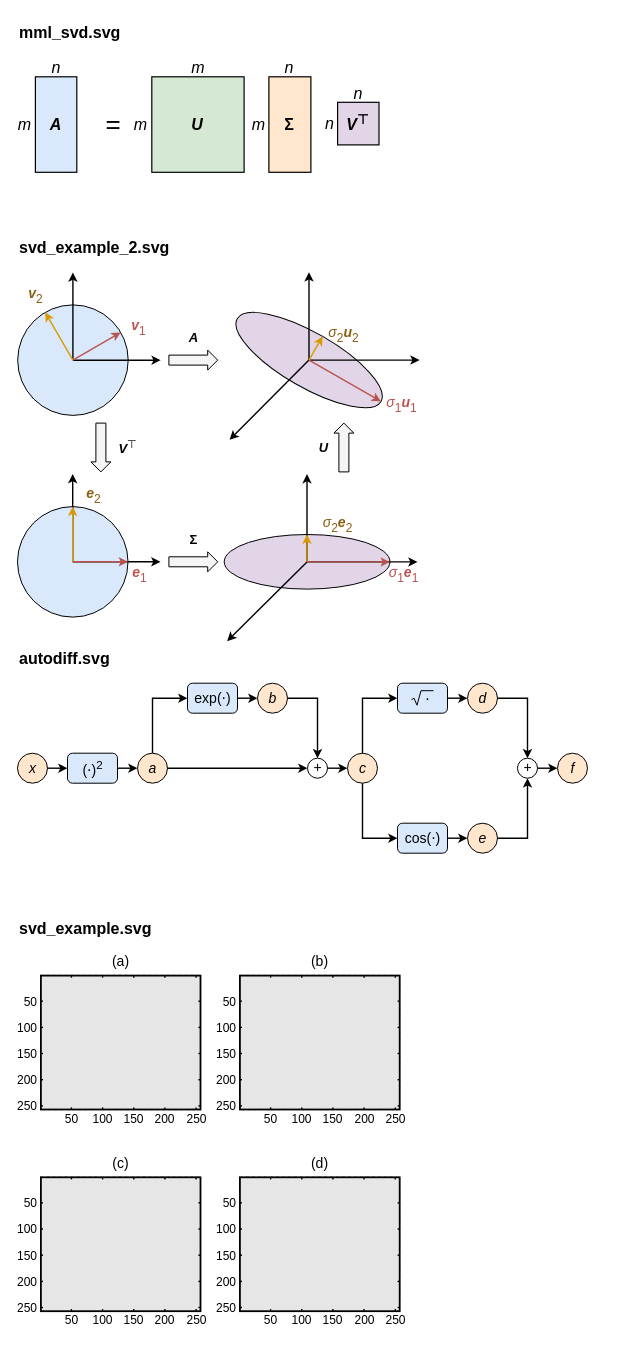
The draw.io diagram assets/algebra-for-ml/algebra-for-ml.drawio in brunomaga/brunomaga.github.io, before the edit. Source tidied: cells renumbered, new cells numbered last; positions are measured from the earlier drawing's top-left corner, leaving out a move shared by most shapes. Both pictures are drawn from the tidied source at 100%, with x=0, y=0 at pixel (17, 17). Pictures stored in the file or linked from it are replaced by grey dashed boxes.
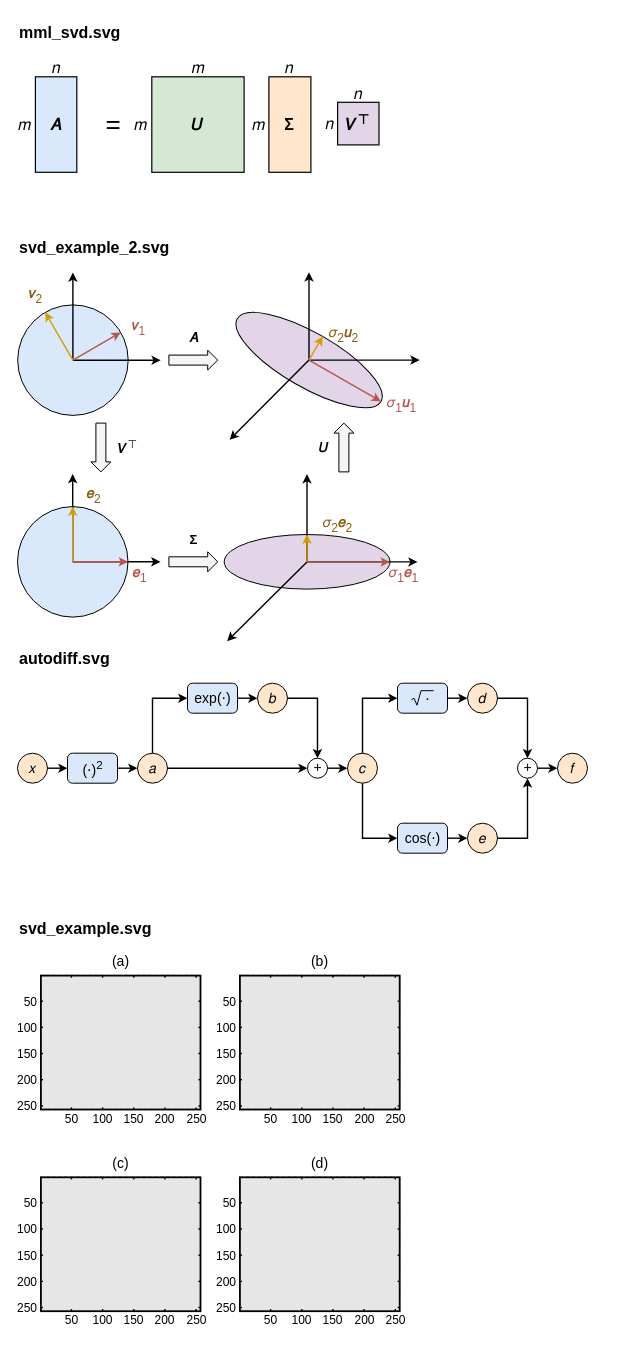
After the change.

The change refers to these unchanged cells:
```xml
<mxCell id="3" style="group;fontFamily=Source Sans 3;" parent="1" vertex="1">
  <mxGeometry y="40" width="361.5" height="114.8" as="geometry" />
</mxCell>
<mxCell id="18" style="group;fontFamily=Source Sans 3;" parent="1" vertex="1">
  <mxGeometry y="254.8" width="402.3" height="368.9" as="geometry" />
</mxCell>
<mxCell id="58" style="group;fontFamily=Source Sans 3;" parent="1" vertex="1">
  <mxGeometry y="665.7" width="570" height="170" as="geometry" />
</mxCell>
```

The edit, as a diff of the source:
```diff
@@
-    <mxCell id="4" value="&lt;i&gt;A&lt;/i&gt;" style="rounded=0;whiteSpace=wrap;html=1;fillColor=#dae8fc;fontSize=16;fontStyle=1;strokeColor=#000000;strokeWidth=1.2;fontFamily=NewComputerModernSansMath;fontColor=#000000;" parent="3" vertex="1">
+    <mxCell id="4" value="𝐴" style="rounded=0;whiteSpace=wrap;html=1;fillColor=#dae8fc;fontSize=16;fontStyle=1;strokeColor=#000000;strokeWidth=1.2;fontFamily=NewComputerModernSansMath;fontColor=#000000;" parent="3" vertex="1">
       <mxGeometry x="17.9" y="19.3" width="41.4" height="95.5" as="geometry" />
     </mxCell>
-    <mxCell id="5" value="n" style="text;html=1;whiteSpace=wrap;align=center;verticalAlign=middle;fontSize=16;fontStyle=2;fontFamily=NewComputerModernSansMath;fontColor=#000000;" parent="3" vertex="1">
+    <mxCell id="5" value="𝑛" style="text;html=1;whiteSpace=wrap;align=center;verticalAlign=middle;fontSize=16;fontStyle=0;fontFamily=NewComputerModernSansMath;fontColor=#000000;" parent="3" vertex="1">
       <mxGeometry x="31.5" width="14" height="20.8" as="geometry" />
     </mxCell>
-    <mxCell id="6" value="m" style="text;html=1;whiteSpace=nowrap;align=center;verticalAlign=middle;fontSize=16;fontStyle=2;fontFamily=NewComputerModernSansMath;fontColor=#000000;spacing=0;" parent="3" vertex="1">
+    <mxCell id="6" value="𝑚" style="text;html=1;whiteSpace=nowrap;align=center;verticalAlign=middle;fontSize=16;fontStyle=0;fontFamily=NewComputerModernSansMath;fontColor=#000000;spacing=0;" parent="3" vertex="1">
       <mxGeometry x="0.7" y="57" width="12.7" height="20" as="geometry" />
     </mxCell>
-    <mxCell id="7" value="&lt;i&gt;U&lt;/i&gt;" style="rounded=0;whiteSpace=wrap;html=1;fillColor=#d5e8d4;fontSize=16;fontStyle=1;strokeColor=#000000;strokeWidth=1.2;fontFamily=NewComputerModernSansMath;fontColor=#000000;" parent="3" vertex="1">
+    <mxCell id="7" value="𝑈" style="rounded=0;whiteSpace=wrap;html=1;fillColor=#d5e8d4;fontSize=16;fontStyle=1;strokeColor=#000000;strokeWidth=1.2;fontFamily=NewComputerModernSansMath;fontColor=#000000;" parent="3" vertex="1">
       <mxGeometry x="134.3" y="19.3" width="92.3" height="95.5" as="geometry" />
     </mxCell>
-    <mxCell id="8" value="m" style="text;html=1;whiteSpace=wrap;align=center;verticalAlign=middle;fontSize=16;fontStyle=2;fontFamily=NewComputerModernSansMath;fontColor=#000000;" parent="3" vertex="1">
+    <mxCell id="8" value="𝑚" style="text;html=1;whiteSpace=wrap;align=center;verticalAlign=middle;fontSize=16;fontStyle=0;fontFamily=NewComputerModernSansMath;fontColor=#000000;" parent="3" vertex="1">
       <mxGeometry x="171.5" width="17.9" height="20.8" as="geometry" />
     </mxCell>
-    <mxCell id="9" value="m" style="text;html=1;whiteSpace=nowrap;align=center;verticalAlign=middle;fontSize=16;fontStyle=2;fontFamily=NewComputerModernSansMath;fontColor=#000000;spacing=0;" parent="3" vertex="1">
+    <mxCell id="9" value="𝑚" style="text;html=1;whiteSpace=nowrap;align=center;verticalAlign=middle;fontSize=16;fontStyle=0;fontFamily=NewComputerModernSansMath;fontColor=#000000;spacing=0;" parent="3" vertex="1">
       <mxGeometry x="117.1" y="57" width="12.7" height="20" as="geometry" />
     </mxCell>
@@
-    <mxCell id="11" value="n" style="text;html=1;whiteSpace=wrap;align=center;verticalAlign=middle;fontSize=16;fontStyle=2;fontFamily=NewComputerModernSansMath;fontColor=#000000;" parent="3" vertex="1">
+    <mxCell id="11" value="𝑛" style="text;html=1;whiteSpace=wrap;align=center;verticalAlign=middle;fontSize=16;fontStyle=0;fontFamily=NewComputerModernSansMath;fontColor=#000000;" parent="3" vertex="1">
       <mxGeometry x="265.4" width="14" height="20.8" as="geometry" />
     </mxCell>
-    <mxCell id="12" value="m" style="text;html=1;whiteSpace=nowrap;align=center;verticalAlign=middle;fontSize=16;fontStyle=2;fontFamily=NewComputerModernSansMath;fontColor=#000000;spacing=0;" parent="3" vertex="1">
+    <mxCell id="12" value="𝑚" style="text;html=1;whiteSpace=nowrap;align=center;verticalAlign=middle;fontSize=16;fontStyle=0;fontFamily=NewComputerModernSansMath;fontColor=#000000;spacing=0;" parent="3" vertex="1">
       <mxGeometry x="234.2" y="57" width="12.7" height="20" as="geometry" />
     </mxCell>
-    <mxCell id="13" value="&lt;i&gt;V&lt;/i&gt;&lt;sup&gt;⊤&lt;/sup&gt;" style="rounded=0;whiteSpace=wrap;html=1;fillColor=#e1d5e7;fontSize=16;fontStyle=1;strokeColor=#000000;strokeWidth=1.2;fontFamily=NewComputerModernSansMath;fontColor=#000000;" parent="3" vertex="1">
+    <mxCell id="13" value="𝑉 &lt;sup&gt;⊤&lt;/sup&gt;" style="rounded=0;whiteSpace=wrap;html=1;fillColor=#e1d5e7;fontSize=16;fontStyle=1;strokeColor=#000000;strokeWidth=1.2;fontFamily=NewComputerModernSansMath;fontColor=#000000;" parent="3" vertex="1">
       <mxGeometry x="320.1" y="44.8" width="41.4" height="42.6" as="geometry" />
     </mxCell>
-    <mxCell id="14" value="n" style="text;html=1;whiteSpace=wrap;align=center;verticalAlign=middle;fontSize=16;fontStyle=2;fontFamily=NewComputerModernSansMath;fontColor=#000000;" parent="3" vertex="1">
+    <mxCell id="14" value="𝑛" style="text;html=1;whiteSpace=wrap;align=center;verticalAlign=middle;fontSize=16;fontStyle=0;fontFamily=NewComputerModernSansMath;fontColor=#000000;" parent="3" vertex="1">
       <mxGeometry x="333.8" y="25.4" width="14" height="20.8" as="geometry" />
     </mxCell>
-    <mxCell id="15" value="n" style="text;html=1;whiteSpace=nowrap;align=center;verticalAlign=middle;fontSize=16;fontStyle=2;fontFamily=NewComputerModernSansMath;fontColor=#000000;spacing=0;" parent="3" vertex="1">
+    <mxCell id="15" value="𝑛" style="text;html=1;whiteSpace=nowrap;align=center;verticalAlign=middle;fontSize=16;fontStyle=0;fontFamily=NewComputerModernSansMath;fontColor=#000000;spacing=0;" parent="3" vertex="1">
       <mxGeometry x="307.4" y="56.1" width="8.3" height="20" as="geometry" />
     </mxCell>
@@
-    <mxCell id="41" value="&lt;b&gt;&lt;i&gt;v&lt;/i&gt;&lt;/b&gt;&lt;span style=&quot;font-size: 12px;vertical-align:-5px;&quot;&gt;1&lt;/span&gt;" style="text;html=1;whiteSpace=nowrap;align=center;verticalAlign=middle;fontSize=14;spacing=0;fontColor=#b85450;fontStyle=0;fontFamily=NewComputerModernSansMath;" parent="18" vertex="1">
+    <mxCell id="41" value="&lt;b&gt;𝑣&lt;/b&gt;&lt;span style=&quot;font-size: 12px;vertical-align:-5px;&quot;&gt;1&lt;/span&gt;" style="text;html=1;whiteSpace=nowrap;align=center;verticalAlign=middle;fontSize=14;spacing=0;fontColor=#b85450;fontStyle=0;fontFamily=NewComputerModernSansMath;" parent="18" vertex="1">
       <mxGeometry x="112.6" y="45.2" width="17" height="19.2" as="geometry" />
     </mxCell>
-    <mxCell id="42" value="&lt;b&gt;&lt;i&gt;v&lt;/i&gt;&lt;/b&gt;&lt;span style=&quot;font-size: 12px;vertical-align:-5px;&quot;&gt;2&lt;/span&gt;" style="text;html=1;whiteSpace=nowrap;align=center;verticalAlign=middle;fontSize=14;spacing=0;fontColor=#885e10;fontStyle=0;fontFamily=NewComputerModernSansMath;" parent="18" vertex="1">
+    <mxCell id="42" value="&lt;b&gt;𝑣&lt;/b&gt;&lt;span style=&quot;font-size: 12px;vertical-align:-5px;&quot;&gt;2&lt;/span&gt;" style="text;html=1;whiteSpace=nowrap;align=center;verticalAlign=middle;fontSize=14;spacing=0;fontColor=#885e10;fontStyle=0;fontFamily=NewComputerModernSansMath;" parent="18" vertex="1">
       <mxGeometry x="9.2" y="13.1" width="17" height="19.2" as="geometry" />
     </mxCell>
-    <mxCell id="43" value="&lt;i&gt;σ&lt;/i&gt;&lt;span style=&quot;font-size: 12px;vertical-align:-5px;&quot;&gt;1&lt;/span&gt;&lt;b&gt;&lt;i&gt;u&lt;/i&gt;&lt;/b&gt;&lt;span style=&quot;font-size: 12px;vertical-align:-5px;&quot;&gt;1&lt;/span&gt;" style="text;html=1;whiteSpace=nowrap;align=center;verticalAlign=middle;fontSize=14;spacing=0;fontColor=#b85450;fontStyle=0;fontFamily=NewComputerModernSansMath;" parent="18" vertex="1">
+    <mxCell id="43" value="𝜎&lt;span style=&quot;font-size: 12px;vertical-align:-5px;&quot;&gt;1&lt;/span&gt;&lt;b&gt;𝑢&lt;/b&gt;&lt;span style=&quot;font-size: 12px;vertical-align:-5px;&quot;&gt;1&lt;/span&gt;" style="text;html=1;whiteSpace=nowrap;align=center;verticalAlign=middle;fontSize=14;spacing=0;fontColor=#b85450;fontStyle=0;fontFamily=NewComputerModernSansMath;" parent="18" vertex="1">
       <mxGeometry x="366.7" y="122.4" width="33.6" height="19.2" as="geometry" />
     </mxCell>
-    <mxCell id="44" value="&lt;i&gt;σ&lt;/i&gt;&lt;span style=&quot;font-size: 12px;vertical-align:-5px;&quot;&gt;2&lt;/span&gt;&lt;b&gt;&lt;i&gt;u&lt;/i&gt;&lt;/b&gt;&lt;span style=&quot;font-size: 12px;vertical-align:-5px;&quot;&gt;2&lt;/span&gt;" style="text;html=1;whiteSpace=nowrap;align=center;verticalAlign=middle;fontSize=14;spacing=0;fontColor=#885e10;fontStyle=0;fontFamily=NewComputerModernSansMath;" parent="18" vertex="1">
+    <mxCell id="44" value="𝜎&lt;span style=&quot;font-size: 12px;vertical-align:-5px;&quot;&gt;2&lt;/span&gt;&lt;b&gt;𝑢&lt;/b&gt;&lt;span style=&quot;font-size: 12px;vertical-align:-5px;&quot;&gt;2&lt;/span&gt;" style="text;html=1;whiteSpace=nowrap;align=center;verticalAlign=middle;fontSize=14;spacing=0;fontColor=#885e10;fontStyle=0;fontFamily=NewComputerModernSansMath;" parent="18" vertex="1">
       <mxGeometry x="309.1" y="52.5" width="33.6" height="19.2" as="geometry" />
     </mxCell>
-    <mxCell id="45" value="&lt;b&gt;&lt;i&gt;e&lt;/i&gt;&lt;/b&gt;&lt;span style=&quot;font-size: 12px;vertical-align:-5px;&quot;&gt;1&lt;/span&gt;" style="text;html=1;whiteSpace=nowrap;align=center;verticalAlign=middle;fontSize=14;spacing=0;fontColor=#b85450;fontStyle=0;fontFamily=NewComputerModernSansMath;" parent="18" vertex="1">
+    <mxCell id="45" value="&lt;b&gt;𝑒&lt;/b&gt;&lt;span style=&quot;font-size: 12px;vertical-align:-5px;&quot;&gt;1&lt;/span&gt;" style="text;html=1;whiteSpace=nowrap;align=center;verticalAlign=middle;fontSize=14;spacing=0;fontColor=#b85450;fontStyle=0;fontFamily=NewComputerModernSansMath;" parent="18" vertex="1">
       <mxGeometry x="113.7" y="293" width="16.1" height="19.2" as="geometry" />
     </mxCell>
-    <mxCell id="46" value="&lt;b&gt;&lt;i&gt;e&lt;/i&gt;&lt;/b&gt;&lt;span style=&quot;font-size: 12px;vertical-align:-5px;&quot;&gt;2&lt;/span&gt;" style="text;html=1;whiteSpace=nowrap;align=center;verticalAlign=middle;fontSize=14;spacing=0;fontColor=#885e10;fontStyle=0;fontFamily=NewComputerModernSansMath;" parent="18" vertex="1">
+    <mxCell id="46" value="&lt;b&gt;𝑒&lt;/b&gt;&lt;span style=&quot;font-size: 12px;vertical-align:-5px;&quot;&gt;2&lt;/span&gt;" style="text;html=1;whiteSpace=nowrap;align=center;verticalAlign=middle;fontSize=14;spacing=0;fontColor=#885e10;fontStyle=0;fontFamily=NewComputerModernSansMath;" parent="18" vertex="1">
       <mxGeometry x="67.5" y="213.1" width="16.1" height="19.2" as="geometry" />
     </mxCell>
-    <mxCell id="47" value="&lt;i&gt;σ&lt;/i&gt;&lt;span style=&quot;font-size: 12px;vertical-align:-5px;&quot;&gt;1&lt;/span&gt;&lt;b&gt;&lt;i&gt;e&lt;/i&gt;&lt;/b&gt;&lt;span style=&quot;font-size: 12px;vertical-align:-5px;&quot;&gt;1&lt;/span&gt;" style="text;html=1;whiteSpace=nowrap;align=center;verticalAlign=middle;fontSize=14;spacing=0;fontColor=#b85450;fontStyle=0;fontFamily=NewComputerModernSansMath;" parent="18" vertex="1">
+    <mxCell id="47" value="𝜎&lt;span style=&quot;font-size: 12px;vertical-align:-5px;&quot;&gt;1&lt;/span&gt;&lt;b&gt;𝑒&lt;/b&gt;&lt;span style=&quot;font-size: 12px;vertical-align:-5px;&quot;&gt;1&lt;/span&gt;" style="text;html=1;whiteSpace=nowrap;align=center;verticalAlign=middle;fontSize=14;spacing=0;fontColor=#b85450;fontStyle=0;fontFamily=NewComputerModernSansMath;" parent="18" vertex="1">
       <mxGeometry x="369.6" y="293" width="32.7" height="19.2" as="geometry" />
     </mxCell>
-    <mxCell id="48" value="&lt;i&gt;σ&lt;/i&gt;&lt;span style=&quot;font-size: 12px;vertical-align:-5px;&quot;&gt;2&lt;/span&gt;&lt;b&gt;&lt;i&gt;e&lt;/i&gt;&lt;/b&gt;&lt;span style=&quot;font-size: 12px;vertical-align:-5px;&quot;&gt;2&lt;/span&gt;" style="text;html=1;whiteSpace=nowrap;align=center;verticalAlign=middle;fontSize=14;spacing=0;fontColor=#885e10;fontStyle=0;fontFamily=NewComputerModernSansMath;" parent="18" vertex="1">
+    <mxCell id="48" value="𝜎&lt;span style=&quot;font-size: 12px;vertical-align:-5px;&quot;&gt;2&lt;/span&gt;&lt;b&gt;𝑒&lt;/b&gt;&lt;span style=&quot;font-size: 12px;vertical-align:-5px;&quot;&gt;2&lt;/span&gt;" style="text;html=1;whiteSpace=nowrap;align=center;verticalAlign=middle;fontSize=14;spacing=0;fontColor=#885e10;fontStyle=0;fontFamily=NewComputerModernSansMath;" parent="18" vertex="1">
       <mxGeometry x="303.9" y="242.5" width="32.7" height="19.2" as="geometry" />
     </mxCell>
-    <mxCell id="49" value="&lt;b&gt;&lt;i&gt;A&lt;/i&gt;&lt;/b&gt;" style="text;html=1;whiteSpace=nowrap;align=center;verticalAlign=middle;fontSize=13;spacing=0;fontStyle=0;fontFamily=NewComputerModernSansMath;fontColor=#000000;" parent="18" vertex="1">
+    <mxCell id="49" value="&lt;b&gt;𝐴&lt;/b&gt;" style="text;html=1;whiteSpace=nowrap;align=center;verticalAlign=middle;fontSize=13;spacing=0;fontStyle=0;fontFamily=NewComputerModernSansMath;fontColor=#000000;" parent="18" vertex="1">
       <mxGeometry x="169.5" y="55.6" width="12.6" height="19.2" as="geometry" />
     </mxCell>
@@
-    <mxCell id="51" value="&lt;b&gt;&lt;i&gt;U&lt;/i&gt;&lt;/b&gt;" style="text;html=1;whiteSpace=nowrap;align=center;verticalAlign=middle;fontSize=13;spacing=0;fontStyle=0;fontFamily=NewComputerModernSansMath;fontColor=#000000;" parent="18" vertex="1">
+    <mxCell id="51" value="&lt;b&gt;𝑈&lt;/b&gt;" style="text;html=1;whiteSpace=nowrap;align=center;verticalAlign=middle;fontSize=13;spacing=0;fontStyle=0;fontFamily=NewComputerModernSansMath;fontColor=#000000;" parent="18" vertex="1">
       <mxGeometry x="299.9" y="165.6" width="12.6" height="19.2" as="geometry" />
     </mxCell>
-    <mxCell id="52" value="&lt;b&gt;&lt;i&gt;V&lt;/i&gt;&lt;/b&gt;&lt;sup style=&quot;font-size: 11px;&quot;&gt;⊤&lt;/sup&gt;" style="text;html=1;whiteSpace=nowrap;align=center;verticalAlign=middle;fontSize=13;spacing=0;fontStyle=0;fontFamily=NewComputerModernSansMath;fontColor=#000000;" parent="18" vertex="1">
+    <mxCell id="52" value="&lt;b&gt;𝑉 &lt;/b&gt;&lt;sup style=&quot;font-size: 11px;&quot;&gt;⊤&lt;/sup&gt;" style="text;html=1;whiteSpace=nowrap;align=center;verticalAlign=middle;fontSize=13;spacing=0;fontStyle=0;fontFamily=NewComputerModernSansMath;fontColor=#000000;" parent="18" vertex="1">
       <mxGeometry x="97.4" y="165.6" width="25" height="19.2" as="geometry" />
     </mxCell>
@@
-    <mxCell id="59" value="&lt;i&gt;x&lt;/i&gt;" style="rounded=0;whiteSpace=nowrap;html=1;fontFamily=NewComputerModernSansMath;fontSize=14;fontColor=#000000;strokeColor=#000000;strokeWidth=1.0;fillColor=#ffe6cc;ellipse;spacing=0;" parent="58" vertex="1">
+    <mxCell id="59" value="𝑥" style="rounded=0;whiteSpace=nowrap;html=1;fontFamily=NewComputerModernSansMath;fontSize=14;fontColor=#000000;strokeColor=#000000;strokeWidth=1.0;fillColor=#ffe6cc;ellipse;spacing=0;" parent="58" vertex="1">
       <mxGeometry y="70" width="30" height="30" as="geometry" />
     </mxCell>
@@
-    <mxCell id="61" value="&lt;i&gt;a&lt;/i&gt;" style="rounded=0;whiteSpace=nowrap;html=1;fontFamily=NewComputerModernSansMath;fontSize=14;fontColor=#000000;strokeColor=#000000;strokeWidth=1.0;fillColor=#ffe6cc;ellipse;spacing=0;" parent="58" vertex="1">
+    <mxCell id="61" value="𝑎" style="rounded=0;whiteSpace=nowrap;html=1;fontFamily=NewComputerModernSansMath;fontSize=14;fontColor=#000000;strokeColor=#000000;strokeWidth=1.0;fillColor=#ffe6cc;ellipse;spacing=0;" parent="58" vertex="1">
       <mxGeometry x="120" y="70" width="30" height="30" as="geometry" />
     </mxCell>
@@
-    <mxCell id="63" value="&lt;i&gt;b&lt;/i&gt;" style="rounded=0;whiteSpace=nowrap;html=1;fontFamily=NewComputerModernSansMath;fontSize=14;fontColor=#000000;strokeColor=#000000;strokeWidth=1.0;fillColor=#ffe6cc;ellipse;spacing=0;" parent="58" vertex="1">
+    <mxCell id="63" value="𝑏" style="rounded=0;whiteSpace=nowrap;html=1;fontFamily=NewComputerModernSansMath;fontSize=14;fontColor=#000000;strokeColor=#000000;strokeWidth=1.0;fillColor=#ffe6cc;ellipse;spacing=0;" parent="58" vertex="1">
       <mxGeometry x="240" width="30" height="30" as="geometry" />
     </mxCell>
@@
-    <mxCell id="65" value="&lt;i&gt;c&lt;/i&gt;" style="rounded=0;whiteSpace=nowrap;html=1;fontFamily=NewComputerModernSansMath;fontSize=14;fontColor=#000000;strokeColor=#000000;strokeWidth=1.0;fillColor=#ffe6cc;ellipse;spacing=0;" parent="58" vertex="1">
+    <mxCell id="65" value="𝑐" style="rounded=0;whiteSpace=nowrap;html=1;fontFamily=NewComputerModernSansMath;fontSize=14;fontColor=#000000;strokeColor=#000000;strokeWidth=1.0;fillColor=#ffe6cc;ellipse;spacing=0;" parent="58" vertex="1">
       <mxGeometry x="330" y="70" width="30" height="30" as="geometry" />
     </mxCell>
@@
-    <mxCell id="67" value="&lt;i&gt;d&lt;/i&gt;" style="rounded=0;whiteSpace=nowrap;html=1;fontFamily=NewComputerModernSansMath;fontSize=14;fontColor=#000000;strokeColor=#000000;strokeWidth=1.0;fillColor=#ffe6cc;ellipse;spacing=0;" parent="58" vertex="1">
+    <mxCell id="67" value="𝑑" style="rounded=0;whiteSpace=nowrap;html=1;fontFamily=NewComputerModernSansMath;fontSize=14;fontColor=#000000;strokeColor=#000000;strokeWidth=1.0;fillColor=#ffe6cc;ellipse;spacing=0;" parent="58" vertex="1">
       <mxGeometry x="450" width="30" height="30" as="geometry" />
     </mxCell>
@@
-    <mxCell id="69" value="&lt;i&gt;e&lt;/i&gt;" style="rounded=0;whiteSpace=nowrap;html=1;fontFamily=NewComputerModernSansMath;fontSize=14;fontColor=#000000;strokeColor=#000000;strokeWidth=1.0;fillColor=#ffe6cc;ellipse;spacing=0;" parent="58" vertex="1">
+    <mxCell id="69" value="𝑒" style="rounded=0;whiteSpace=nowrap;html=1;fontFamily=NewComputerModernSansMath;fontSize=14;fontColor=#000000;strokeColor=#000000;strokeWidth=1.0;fillColor=#ffe6cc;ellipse;spacing=0;" parent="58" vertex="1">
       <mxGeometry x="450" y="140" width="30" height="30" as="geometry" />
     </mxCell>
@@
-    <mxCell id="71" value="&lt;i&gt;f&lt;/i&gt;" style="rounded=0;whiteSpace=nowrap;html=1;fontFamily=NewComputerModernSansMath;fontSize=14;fontColor=#000000;strokeColor=#000000;strokeWidth=1.0;fillColor=#ffe6cc;ellipse;spacing=0;" parent="58" vertex="1">
+    <mxCell id="71" value="𝑓" style="rounded=0;whiteSpace=nowrap;html=1;fontFamily=NewComputerModernSansMath;fontSize=14;fontColor=#000000;strokeColor=#000000;strokeWidth=1.0;fillColor=#ffe6cc;ellipse;spacing=0;" parent="58" vertex="1">
       <mxGeometry x="540" y="70" width="30" height="30" as="geometry" />
     </mxCell>
```
